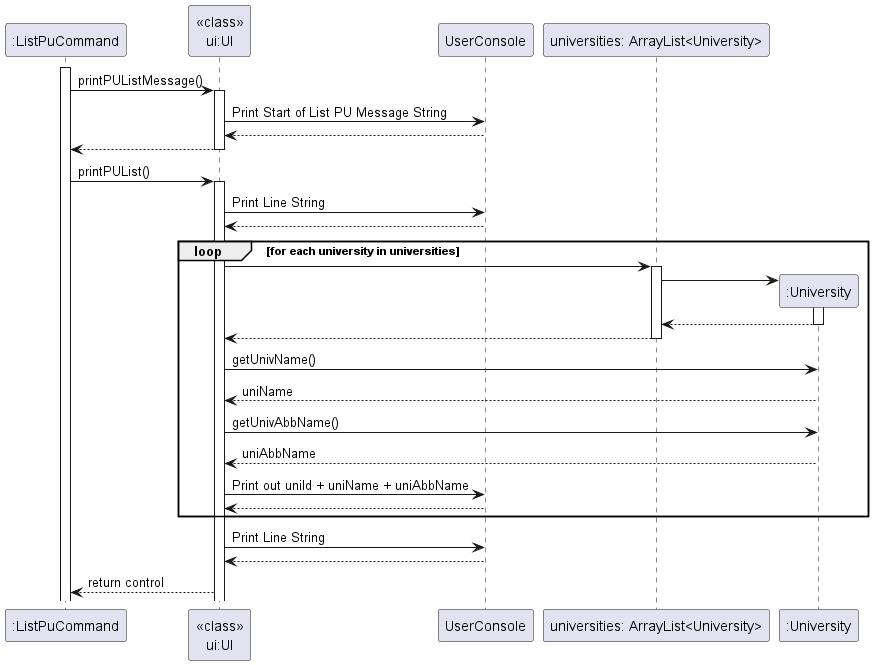
Before: docs/diagrams/Commands/ListPuCommandSequenceDiagram.png, a diagram exported from PlantUML (nus-cs2113-AY2223S2/tp).
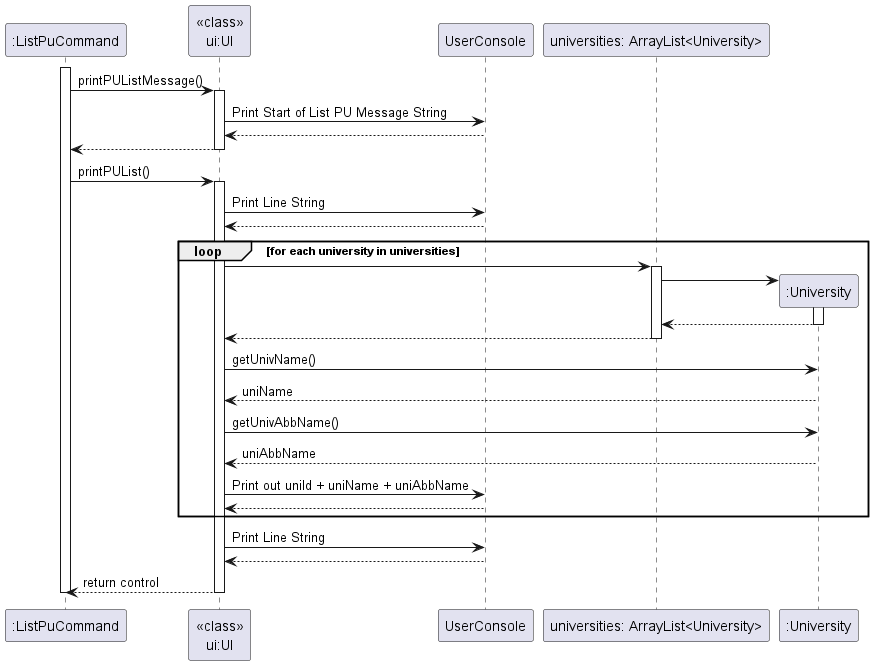
The same diagram one commit later.

Commit message:
Update Sequence Diagram for command, fix activation bar cutting off at the end

What changed in the source:
```diff
@@ -44,7 +44,6 @@
 "<<class>>\nui:UI" <-- UserConsole
 
 ":ListPuCommand" <-- "<<class>>\nui:UI" : return control
-
-
-
+deactivate "<<class>>\nui:UI"
+deactivate ":ListPuCommand"
 @enduml
```
